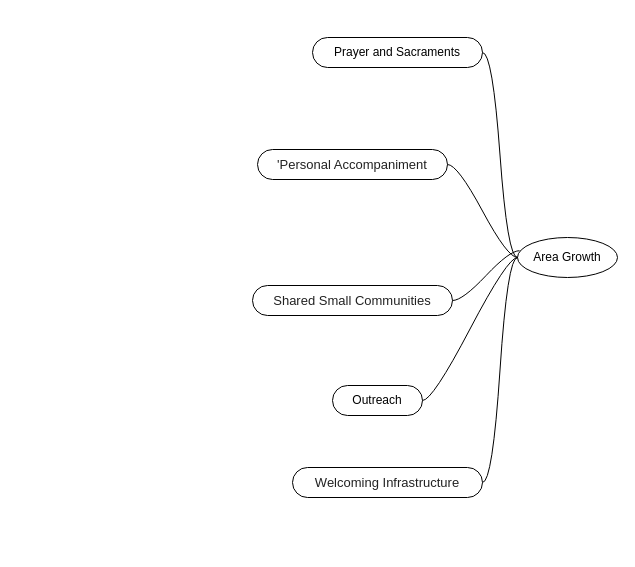
Before: page "Main" (1 of 3) of .github/MindMap.drawio in Jeffrey-Fisher-GitHub/Missionary_Hub, a draw.io diagram. Source tidied: cells renumbered, new cells numbered last; positions are measured from the earlier drawing's top-left corner, leaving out a move shared by most shapes. Both pictures are drawn from the tidied source at 100%, with x=0, y=0 at pixel (252, 37).
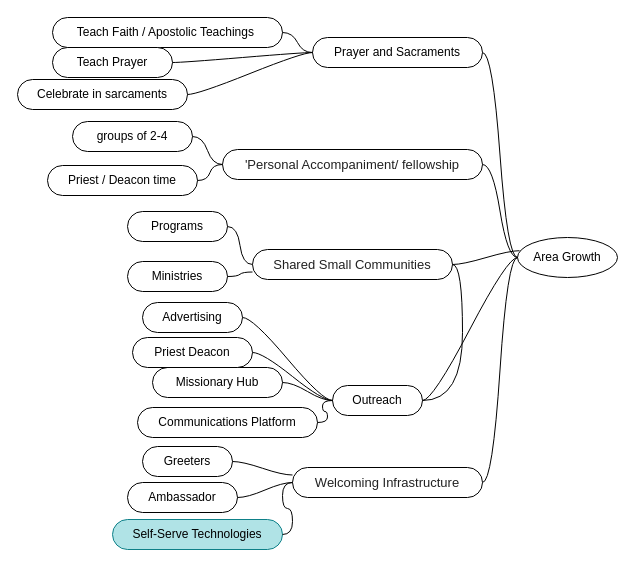
The same page after the edit.

The change refers to these unchanged cells:
```xml
<mxCell id="3" value="Prayer and Sacraments" style="whiteSpace=wrap;html=1;rounded=1;arcSize=50;align=center;verticalAlign=middle;strokeWidth=1;spacing=4;newEdgeStyle={&quot;edgeStyle&quot;:&quot;entityRelationEdgeStyle&quot;,&quot;startArrow&quot;:&quot;none&quot;,&quot;endArrow&quot;:&quot;none&quot;,&quot;segment&quot;:10,&quot;curved&quot;:1,&quot;sourcePerimeterSpacing&quot;:0,&quot;targetPerimeterSpacing&quot;:0};" parent="1" vertex="1">
  <mxGeometry x="60" width="170" height="30" as="geometry" />
</mxCell>
<mxCell id="5" value="&lt;span style=&quot;color: rgb(34, 34, 34); font-family: Arial, Helvetica, sans-serif; font-size: small; text-align: start; background-color: rgb(255, 255, 255);&quot;&gt;Welcoming Infrastructure&lt;/span&gt;" style="whiteSpace=wrap;html=1;rounded=1;arcSize=50;align=center;verticalAlign=middle;strokeWidth=1;spacing=4;newEdgeStyle={&quot;edgeStyle&quot;:&quot;entityRelationEdgeStyle&quot;,&quot;startArrow&quot;:&quot;none&quot;,&quot;endArrow&quot;:&quot;none&quot;,&quot;segment&quot;:10,&quot;curved&quot;:1,&quot;sourcePerimeterSpacing&quot;:0,&quot;targetPerimeterSpacing&quot;:0};" parent="1" vertex="1">
  <mxGeometry x="40" y="430" width="190" height="30" as="geometry" />
</mxCell>
<mxCell id="11" value="Outreach" style="whiteSpace=wrap;html=1;rounded=1;arcSize=50;align=center;verticalAlign=middle;strokeWidth=1;spacing=4;newEdgeStyle={&quot;edgeStyle&quot;:&quot;entityRelationEdgeStyle&quot;,&quot;startArrow&quot;:&quot;none&quot;,&quot;endArrow&quot;:&quot;none&quot;,&quot;segment&quot;:10,&quot;curved&quot;:1,&quot;sourcePerimeterSpacing&quot;:0,&quot;targetPerimeterSpacing&quot;:0};" parent="1" vertex="1">
  <mxGeometry x="80" y="348" width="90" height="30" as="geometry" />
</mxCell>
```

What changed in the source:
```diff
@@
     <mxCell id="7" value="&lt;span style=&quot;color: rgb(34, 34, 34); font-family: Arial, Helvetica, sans-serif; font-size: small; text-align: start; background-color: rgb(255, 255, 255);&quot;&gt;Shared Small Communities&lt;/span&gt;" style="whiteSpace=wrap;html=1;rounded=1;arcSize=50;align=center;verticalAlign=middle;strokeWidth=1;spacing=4;newEdgeStyle={&quot;edgeStyle&quot;:&quot;entityRelationEdgeStyle&quot;,&quot;startArrow&quot;:&quot;none&quot;,&quot;endArrow&quot;:&quot;none&quot;,&quot;segment&quot;:10,&quot;curved&quot;:1,&quot;sourcePerimeterSpacing&quot;:0,&quot;targetPerimeterSpacing&quot;:0};" parent="1" vertex="1">
-      <mxGeometry y="248" width="200" height="30" as="geometry" />
+      <mxGeometry y="212" width="200" height="30" as="geometry" />
     </mxCell>
@@
-    <mxCell id="9" value="&lt;span style=&quot;color: rgb(34, 34, 34); font-family: Arial, Helvetica, sans-serif; font-size: small; text-align: start; background-color: rgb(255, 255, 255);&quot;&gt;'Personal Accompaniment&lt;/span&gt;" style="whiteSpace=wrap;html=1;rounded=1;arcSize=50;align=center;verticalAlign=middle;strokeWidth=1;spacing=4;newEdgeStyle={&quot;edgeStyle&quot;:&quot;entityRelationEdgeStyle&quot;,&quot;startArrow&quot;:&quot;none&quot;,&quot;endArrow&quot;:&quot;none&quot;,&quot;segment&quot;:10,&quot;curved&quot;:1,&quot;sourcePerimeterSpacing&quot;:0,&quot;targetPerimeterSpacing&quot;:0};" parent="1" vertex="1">
-      <mxGeometry x="5" y="112" width="190" height="30" as="geometry" />
+    <mxCell id="9" value="&lt;span style=&quot;color: rgb(34, 34, 34); font-family: Arial, Helvetica, sans-serif; font-size: small; text-align: start; background-color: rgb(255, 255, 255);&quot;&gt;'Personal Accompaniment/ fellowship&lt;/span&gt;" style="whiteSpace=wrap;html=1;rounded=1;arcSize=50;align=center;verticalAlign=middle;strokeWidth=1;spacing=4;newEdgeStyle={&quot;edgeStyle&quot;:&quot;entityRelationEdgeStyle&quot;,&quot;startArrow&quot;:&quot;none&quot;,&quot;endArrow&quot;:&quot;none&quot;,&quot;segment&quot;:10,&quot;curved&quot;:1,&quot;sourcePerimeterSpacing&quot;:0,&quot;targetPerimeterSpacing&quot;:0};" parent="1" vertex="1">
+      <mxGeometry x="-30" y="112" width="260" height="30" as="geometry" />
     </mxCell>
@@
+    <mxCell id="13" style="edgeStyle=entityRelationEdgeStyle;rounded=0;jettySize=auto;html=1;startArrow=none;endArrow=none;segment=10;curved=1;sourcePerimeterSpacing=0;targetPerimeterSpacing=0;" parent="1" edge="1" source="11" target="7">
+      <mxGeometry relative="1" as="geometry" />
+    </mxCell>
@@
+    <mxCell id="14" value="Programs" style="whiteSpace=wrap;html=1;rounded=1;arcSize=50;align=center;verticalAlign=middle;strokeWidth=1;spacing=4;newEdgeStyle={&quot;edgeStyle&quot;:&quot;entityRelationEdgeStyle&quot;,&quot;startArrow&quot;:&quot;none&quot;,&quot;endArrow&quot;:&quot;none&quot;,&quot;segment&quot;:10,&quot;curved&quot;:1,&quot;sourcePerimeterSpacing&quot;:0,&quot;targetPerimeterSpacing&quot;:0};" parent="1" vertex="1">
+      <mxGeometry x="-125" y="174" width="100" height="30" as="geometry" />
+    </mxCell>
+    <mxCell id="15" style="edgeStyle=entityRelationEdgeStyle;startArrow=none;endArrow=none;segment=10;curved=1;sourcePerimeterSpacing=0;targetPerimeterSpacing=0;rounded=0;" parent="1" edge="1" source="7" target="14">
+      <mxGeometry relative="1" as="geometry" />
+    </mxCell>
+    <mxCell id="16" value="Greeters" style="whiteSpace=wrap;html=1;rounded=1;arcSize=50;align=center;verticalAlign=middle;strokeWidth=1;spacing=4;newEdgeStyle={&quot;edgeStyle&quot;:&quot;entityRelationEdgeStyle&quot;,&quot;startArrow&quot;:&quot;none&quot;,&quot;endArrow&quot;:&quot;none&quot;,&quot;segment&quot;:10,&quot;curved&quot;:1,&quot;sourcePerimeterSpacing&quot;:0,&quot;targetPerimeterSpacing&quot;:0};" parent="1" vertex="1">
+      <mxGeometry x="-110" y="409" width="90" height="30" as="geometry" />
+    </mxCell>
+    <mxCell id="17" style="edgeStyle=entityRelationEdgeStyle;startArrow=none;endArrow=none;segment=10;curved=1;sourcePerimeterSpacing=0;targetPerimeterSpacing=0;rounded=0;exitX=0;exitY=0.25;exitDx=0;exitDy=0;" parent="1" edge="1" source="5" target="16">
+      <mxGeometry relative="1" as="geometry" />
+    </mxCell>
+    <mxCell id="18" value="Ambassador" style="whiteSpace=wrap;html=1;rounded=1;arcSize=50;align=center;verticalAlign=middle;strokeWidth=1;spacing=4;newEdgeStyle={&quot;edgeStyle&quot;:&quot;entityRelationEdgeStyle&quot;,&quot;startArrow&quot;:&quot;none&quot;,&quot;endArrow&quot;:&quot;none&quot;,&quot;segment&quot;:10,&quot;curved&quot;:1,&quot;sourcePerimeterSpacing&quot;:0,&quot;targetPerimeterSpacing&quot;:0};" parent="1" vertex="1">
+      <mxGeometry x="-125" y="445" width="110" height="30" as="geometry" />
+    </mxCell>
+    <mxCell id="19" style="edgeStyle=entityRelationEdgeStyle;startArrow=none;endArrow=none;segment=10;curved=1;sourcePerimeterSpacing=0;targetPerimeterSpacing=0;rounded=0;" parent="1" edge="1" source="5" target="18">
+      <mxGeometry relative="1" as="geometry" />
+    </mxCell>
+    <mxCell id="20" value="Ministries" style="whiteSpace=wrap;html=1;rounded=1;arcSize=50;align=center;verticalAlign=middle;strokeWidth=1;spacing=4;newEdgeStyle={&quot;edgeStyle&quot;:&quot;entityRelationEdgeStyle&quot;,&quot;startArrow&quot;:&quot;none&quot;,&quot;endArrow&quot;:&quot;none&quot;,&quot;segment&quot;:10,&quot;curved&quot;:1,&quot;sourcePerimeterSpacing&quot;:0,&quot;targetPerimeterSpacing&quot;:0};" parent="1" vertex="1">
+      <mxGeometry x="-125" y="224" width="100" height="30" as="geometry" />
+    </mxCell>
+    <mxCell id="21" style="edgeStyle=entityRelationEdgeStyle;startArrow=none;endArrow=none;segment=10;curved=1;sourcePerimeterSpacing=0;targetPerimeterSpacing=0;rounded=0;exitX=0;exitY=0.75;exitDx=0;exitDy=0;" parent="1" edge="1" source="7" target="20">
+      <mxGeometry relative="1" as="geometry" />
+    </mxCell>
+    <mxCell id="22" value="groups of 2-4" style="whiteSpace=wrap;html=1;rounded=1;arcSize=50;align=center;verticalAlign=middle;strokeWidth=1;spacing=4;newEdgeStyle={&quot;edgeStyle&quot;:&quot;entityRelationEdgeStyle&quot;,&quot;startArrow&quot;:&quot;none&quot;,&quot;endArrow&quot;:&quot;none&quot;,&quot;segment&quot;:10,&quot;curved&quot;:1,&quot;sourcePerimeterSpacing&quot;:0,&quot;targetPerimeterSpacing&quot;:0};" parent="1" vertex="1">
+      <mxGeometry x="-180" y="84" width="120" height="30" as="geometry" />
+    </mxCell>
+    <mxCell id="23" style="edgeStyle=entityRelationEdgeStyle;startArrow=none;endArrow=none;segment=10;curved=1;sourcePerimeterSpacing=0;targetPerimeterSpacing=0;rounded=0;" parent="1" edge="1" source="9" target="22">
+      <mxGeometry relative="1" as="geometry" />
+    </mxCell>
+    <mxCell id="24" value="Priest / Deacon time" style="whiteSpace=wrap;html=1;rounded=1;arcSize=50;align=center;verticalAlign=middle;strokeWidth=1;spacing=4;newEdgeStyle={&quot;edgeStyle&quot;:&quot;entityRelationEdgeStyle&quot;,&quot;startArrow&quot;:&quot;none&quot;,&quot;endArrow&quot;:&quot;none&quot;,&quot;segment&quot;:10,&quot;curved&quot;:1,&quot;sourcePerimeterSpacing&quot;:0,&quot;targetPerimeterSpacing&quot;:0};" parent="1" vertex="1">
+      <mxGeometry x="-205" y="128" width="150" height="30" as="geometry" />
+    </mxCell>
+    <mxCell id="25" style="edgeStyle=entityRelationEdgeStyle;startArrow=none;endArrow=none;segment=10;curved=1;sourcePerimeterSpacing=0;targetPerimeterSpacing=0;rounded=0;exitX=0;exitY=0.5;exitDx=0;exitDy=0;" parent="1" edge="1" source="9" target="24">
+      <mxGeometry relative="1" as="geometry" />
+    </mxCell>
+    <mxCell id="26" value="Self-Serve Technologies" style="whiteSpace=wrap;html=1;rounded=1;arcSize=50;align=center;verticalAlign=middle;strokeWidth=1;spacing=4;newEdgeStyle={&quot;edgeStyle&quot;:&quot;entityRelationEdgeStyle&quot;,&quot;startArrow&quot;:&quot;none&quot;,&quot;endArrow&quot;:&quot;none&quot;,&quot;segment&quot;:10,&quot;curved&quot;:1,&quot;sourcePerimeterSpacing&quot;:0,&quot;targetPerimeterSpacing&quot;:0};fillColor=#b0e3e6;strokeColor=#0e8088;" parent="1" vertex="1">
+      <mxGeometry x="-140" y="482" width="170" height="30" as="geometry" />
+    </mxCell>
+    <mxCell id="27" style="edgeStyle=entityRelationEdgeStyle;startArrow=none;endArrow=none;segment=10;curved=1;sourcePerimeterSpacing=0;targetPerimeterSpacing=0;rounded=0;exitX=0;exitY=0.5;exitDx=0;exitDy=0;" parent="1" edge="1" source="5" target="26">
+      <mxGeometry relative="1" as="geometry" />
+    </mxCell>
+    <mxCell id="28" value="Teach Faith / Apostolic Teachings&amp;nbsp;" style="whiteSpace=wrap;html=1;rounded=1;arcSize=50;align=center;verticalAlign=middle;strokeWidth=1;spacing=4;newEdgeStyle={&quot;edgeStyle&quot;:&quot;entityRelationEdgeStyle&quot;,&quot;startArrow&quot;:&quot;none&quot;,&quot;endArrow&quot;:&quot;none&quot;,&quot;segment&quot;:10,&quot;curved&quot;:1,&quot;sourcePerimeterSpacing&quot;:0,&quot;targetPerimeterSpacing&quot;:0};" parent="1" vertex="1">
+      <mxGeometry x="-200" y="-20" width="230" height="30" as="geometry" />
+    </mxCell>
+    <mxCell id="29" style="edgeStyle=entityRelationEdgeStyle;startArrow=none;endArrow=none;segment=10;curved=1;sourcePerimeterSpacing=0;targetPerimeterSpacing=0;rounded=0;exitX=0;exitY=0.5;exitDx=0;exitDy=0;" parent="1" edge="1" source="3" target="28">
+      <mxGeometry relative="1" as="geometry" />
+    </mxCell>
+    <mxCell id="30" value="Teach Prayer" style="whiteSpace=wrap;html=1;rounded=1;arcSize=50;align=center;verticalAlign=middle;strokeWidth=1;spacing=4;newEdgeStyle={&quot;edgeStyle&quot;:&quot;entityRelationEdgeStyle&quot;,&quot;startArrow&quot;:&quot;none&quot;,&quot;endArrow&quot;:&quot;none&quot;,&quot;segment&quot;:10,&quot;curved&quot;:1,&quot;sourcePerimeterSpacing&quot;:0,&quot;targetPerimeterSpacing&quot;:0};" parent="1" vertex="1">
+      <mxGeometry x="-200" y="10" width="120" height="30" as="geometry" />
+    </mxCell>
+    <mxCell id="31" style="edgeStyle=entityRelationEdgeStyle;startArrow=none;endArrow=none;segment=10;curved=1;sourcePerimeterSpacing=0;targetPerimeterSpacing=0;rounded=0;exitX=0;exitY=0.5;exitDx=0;exitDy=0;" parent="1" edge="1" source="3" target="30">
+      <mxGeometry relative="1" as="geometry" />
+    </mxCell>
+    <mxCell id="32" value="Missionary Hub" style="whiteSpace=wrap;html=1;rounded=1;arcSize=50;align=center;verticalAlign=middle;strokeWidth=1;spacing=4;newEdgeStyle={&quot;edgeStyle&quot;:&quot;entityRelationEdgeStyle&quot;,&quot;startArrow&quot;:&quot;none&quot;,&quot;endArrow&quot;:&quot;none&quot;,&quot;segment&quot;:10,&quot;curved&quot;:1,&quot;sourcePerimeterSpacing&quot;:0,&quot;targetPerimeterSpacing&quot;:0};" parent="1" vertex="1">
+      <mxGeometry x="-100" y="330" width="130" height="30" as="geometry" />
+    </mxCell>
+    <mxCell id="33" style="edgeStyle=entityRelationEdgeStyle;startArrow=none;endArrow=none;segment=10;curved=1;sourcePerimeterSpacing=0;targetPerimeterSpacing=0;rounded=0;exitX=0;exitY=0.5;exitDx=0;exitDy=0;" parent="1" edge="1" source="11" target="32">
+      <mxGeometry relative="1" as="geometry">
+        <Array as="points">
+          <mxPoint x="85" y="370" />
+        </Array>
+      </mxGeometry>
+    </mxCell>
+    <mxCell id="34" value="Communications Platform" style="whiteSpace=wrap;html=1;rounded=1;arcSize=50;align=center;verticalAlign=middle;strokeWidth=1;spacing=4;newEdgeStyle={&quot;edgeStyle&quot;:&quot;entityRelationEdgeStyle&quot;,&quot;startArrow&quot;:&quot;none&quot;,&quot;endArrow&quot;:&quot;none&quot;,&quot;segment&quot;:10,&quot;curved&quot;:1,&quot;sourcePerimeterSpacing&quot;:0,&quot;targetPerimeterSpacing&quot;:0};" parent="1" vertex="1">
+      <mxGeometry x="-115" y="370" width="180" height="30" as="geometry" />
+    </mxCell>
+    <mxCell id="35" style="edgeStyle=entityRelationEdgeStyle;startArrow=none;endArrow=none;segment=10;curved=1;sourcePerimeterSpacing=0;targetPerimeterSpacing=0;rounded=0;" parent="1" edge="1" source="11" target="34">
+      <mxGeometry relative="1" as="geometry" />
+    </mxCell>
+    <mxCell id="36" value="Priest Deacon" style="whiteSpace=wrap;html=1;rounded=1;arcSize=50;align=center;verticalAlign=middle;strokeWidth=1;spacing=4;newEdgeStyle={&quot;edgeStyle&quot;:&quot;entityRelationEdgeStyle&quot;,&quot;startArrow&quot;:&quot;none&quot;,&quot;endArrow&quot;:&quot;none&quot;,&quot;segment&quot;:10,&quot;curved&quot;:1,&quot;sourcePerimeterSpacing&quot;:0,&quot;targetPerimeterSpacing&quot;:0};" parent="1" vertex="1">
+      <mxGeometry x="-120" y="300" width="120" height="30" as="geometry" />
+    </mxCell>
+    <mxCell id="37" style="edgeStyle=entityRelationEdgeStyle;startArrow=none;endArrow=none;segment=10;curved=1;sourcePerimeterSpacing=0;targetPerimeterSpacing=0;rounded=0;exitX=0;exitY=0.5;exitDx=0;exitDy=0;" parent="1" edge="1" source="11" target="36">
+      <mxGeometry relative="1" as="geometry" />
+    </mxCell>
+    <mxCell id="38" value="Advertising" style="whiteSpace=wrap;html=1;rounded=1;arcSize=50;align=center;verticalAlign=middle;strokeWidth=1;spacing=4;newEdgeStyle={&quot;edgeStyle&quot;:&quot;entityRelationEdgeStyle&quot;,&quot;startArrow&quot;:&quot;none&quot;,&quot;endArrow&quot;:&quot;none&quot;,&quot;segment&quot;:10,&quot;curved&quot;:1,&quot;sourcePerimeterSpacing&quot;:0,&quot;targetPerimeterSpacing&quot;:0};" parent="1" vertex="1">
+      <mxGeometry x="-110" y="265" width="100" height="30" as="geometry" />
+    </mxCell>
+    <mxCell id="39" style="edgeStyle=entityRelationEdgeStyle;startArrow=none;endArrow=none;segment=10;curved=1;sourcePerimeterSpacing=0;targetPerimeterSpacing=0;rounded=0;" parent="1" edge="1" source="11" target="38">
+      <mxGeometry relative="1" as="geometry">
+        <Array as="points">
+          <mxPoint x="95" y="340" />
+        </Array>
+      </mxGeometry>
+    </mxCell>
+    <mxCell id="40" value="Celebrate in sarcaments" style="whiteSpace=wrap;html=1;rounded=1;arcSize=50;align=center;verticalAlign=middle;strokeWidth=1;spacing=4;newEdgeStyle={&quot;edgeStyle&quot;:&quot;entityRelationEdgeStyle&quot;,&quot;startArrow&quot;:&quot;none&quot;,&quot;endArrow&quot;:&quot;none&quot;,&quot;segment&quot;:10,&quot;curved&quot;:1,&quot;sourcePerimeterSpacing&quot;:0,&quot;targetPerimeterSpacing&quot;:0};" parent="1" vertex="1">
+      <mxGeometry x="-235" y="42" width="170" height="30" as="geometry" />
+    </mxCell>
+    <mxCell id="41" style="edgeStyle=entityRelationEdgeStyle;startArrow=none;endArrow=none;segment=10;curved=1;sourcePerimeterSpacing=0;targetPerimeterSpacing=0;rounded=0;" parent="1" edge="1" source="3" target="40">
+      <mxGeometry relative="1" as="geometry" />
+    </mxCell>
```
